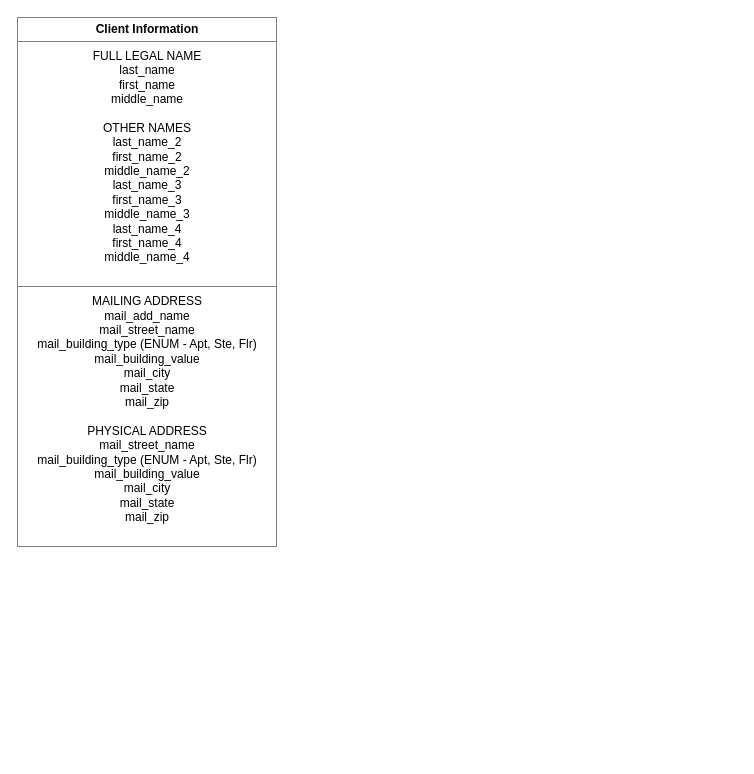
Nabeel-etx/law-draw-io keeps this draw.io diagram as page "Client Info Common" (6 of 7) of Architecture.drawio. Above is the earlier version. Source tidied: cells renumbered, new cells numbered last; positions are measured from the earlier drawing's top-left corner, leaving out a move shared by most shapes. Both pictures are drawn from the tidied source at 100%, with x=0, y=0 at pixel (17, 17).
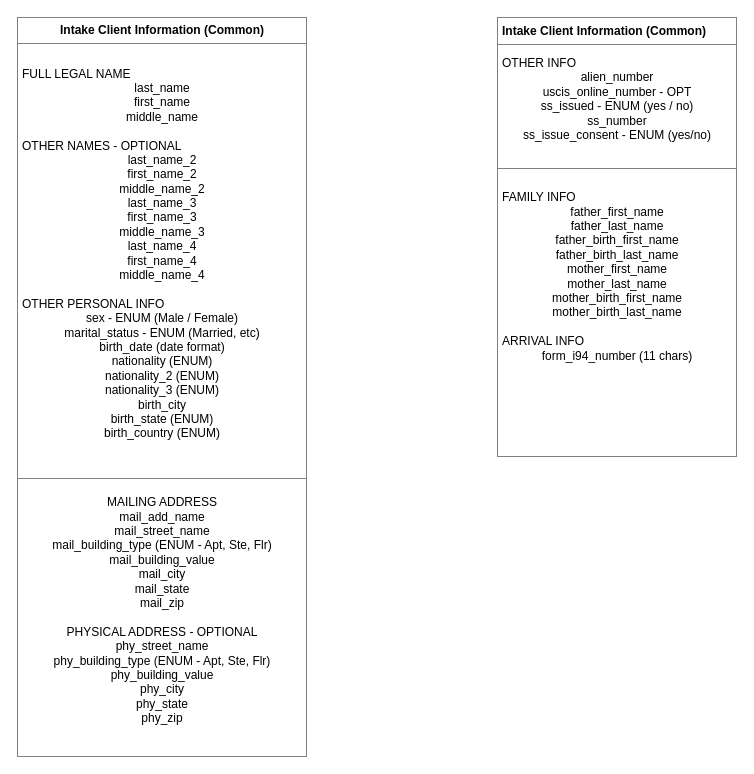
After the change.

Commit message:
client common info.drawio

What changed in the source:
```diff
@@
 <mxGraphModel>
   <root>
     <mxCell id="0" />
     <mxCell id="1" parent="0" />
-    <mxCell id="2" value="&lt;table border=&quot;1&quot; width=&quot;100%&quot; height=&quot;100%&quot; cellpadding=&quot;4&quot; style=&quot;width:100%;height:100%;border-collapse:collapse;&quot;&gt;&lt;tbody&gt;&lt;tr&gt;&lt;th align=&quot;center&quot;&gt;&lt;b&gt;Client Information&lt;/b&gt;&lt;/th&gt;&lt;/tr&gt;&lt;tr&gt;&lt;td&gt;&lt;div style=&quot;text-align: center;&quot;&gt;&lt;span style=&quot;background-color: transparent; color: light-dark(rgb(0, 0, 0), rgb(255, 255, 255));&quot;&gt;FULL LEGAL NAME&lt;/span&gt;&lt;/div&gt;&lt;div style=&quot;text-align: center;&quot;&gt;&lt;span style=&quot;background-color: transparent; color: light-dark(rgb(0, 0, 0), rgb(255, 255, 255));&quot;&gt;last_name&lt;/span&gt;&lt;/div&gt;&lt;div style=&quot;text-align: center;&quot;&gt;&lt;span style=&quot;background-color: transparent; color: light-dark(rgb(0, 0, 0), rgb(255, 255, 255));&quot;&gt;first_name&lt;/span&gt;&lt;/div&gt;&lt;div style=&quot;text-align: center;&quot;&gt;&lt;span style=&quot;background-color: transparent; color: light-dark(rgb(0, 0, 0), rgb(255, 255, 255));&quot;&gt;middle_name&lt;/span&gt;&lt;/div&gt;&lt;div style=&quot;text-align: center;&quot;&gt;&lt;br&gt;&lt;/div&gt;&lt;div style=&quot;text-align: center;&quot;&gt;&lt;span style=&quot;background-color: transparent; color: light-dark(rgb(0, 0, 0), rgb(255, 255, 255));&quot;&gt;OTHER NAMES&lt;/span&gt;&lt;/div&gt;&lt;div style=&quot;text-align: center;&quot;&gt;&lt;span style=&quot;background-color: transparent; color: light-dark(rgb(0, 0, 0), rgb(255, 255, 255));&quot;&gt;last_name_2&lt;/span&gt;&lt;/div&gt;&lt;div style=&quot;text-align: center;&quot;&gt;&lt;span style=&quot;background-color: transparent; color: light-dark(rgb(0, 0, 0), rgb(255, 255, 255));&quot;&gt;first_name_2&lt;/span&gt;&lt;/div&gt;&lt;div style=&quot;text-align: center;&quot;&gt;&lt;span style=&quot;background-color: transparent; color: light-dark(rgb(0, 0, 0), rgb(255, 255, 255));&quot;&gt;middle_name_2&lt;/span&gt;&lt;/div&gt;&lt;div style=&quot;text-align: center;&quot;&gt;&lt;span style=&quot;background-color: transparent; color: light-dark(rgb(0, 0, 0), rgb(255, 255, 255));&quot;&gt;last_name_3&lt;/span&gt;&lt;/div&gt;&lt;div style=&quot;text-align: center;&quot;&gt;&lt;span style=&quot;background-color: transparent; color: light-dark(rgb(0, 0, 0), rgb(255, 255, 255));&quot;&gt;first_name_3&lt;/span&gt;&lt;/div&gt;&lt;div style=&quot;text-align: center;&quot;&gt;&lt;span style=&quot;background-color: transparent; color: light-dark(rgb(0, 0, 0), rgb(255, 255, 255));&quot;&gt;middle_name_3&lt;/span&gt;&lt;/div&gt;&lt;div style=&quot;text-align: center;&quot;&gt;&lt;span style=&quot;background-color: transparent; color: light-dark(rgb(0, 0, 0), rgb(255, 255, 255));&quot;&gt;last_name_4&lt;/span&gt;&lt;/div&gt;&lt;div style=&quot;text-align: center;&quot;&gt;&lt;span style=&quot;background-color: transparent; color: light-dark(rgb(0, 0, 0), rgb(255, 255, 255));&quot;&gt;first_name_4&lt;/span&gt;&lt;/div&gt;&lt;div style=&quot;text-align: center;&quot;&gt;&lt;span style=&quot;background-color: transparent; color: light-dark(rgb(0, 0, 0), rgb(255, 255, 255));&quot;&gt;middle_name_4&lt;/span&gt;&lt;/div&gt;&lt;br&gt;&lt;/td&gt;&lt;/tr&gt;&lt;tr&gt;&lt;td align=&quot;center&quot;&gt;MAILING ADDRESS&lt;br&gt;mail_add_name&lt;br&gt;mail_street_name&lt;br&gt;mail_building_type (ENUM - Apt, Ste, Flr)&lt;br&gt;mail_building_value&lt;br&gt;mail_city&lt;br&gt;mail_state&lt;br&gt;mail_zip&lt;br&gt;&lt;br&gt;PHYSICAL ADDRESS&lt;br&gt;mail_street_name&lt;br&gt;mail_building_type (ENUM - Apt, Ste, Flr)&lt;br&gt;mail_building_value&lt;br&gt;mail_city&lt;br&gt;mail_state&lt;br&gt;mail_zip&lt;br&gt;&lt;br&gt;&lt;/td&gt;&lt;/tr&gt;&lt;/tbody&gt;&lt;/table&gt;" style="text;html=1;whiteSpace=wrap;strokeColor=none;fillColor=none;overflow=fill;" parent="1" vertex="1">
-      <mxGeometry width="260" height="530" as="geometry" />
+    <mxCell id="2" value="&lt;table border=&quot;1&quot; width=&quot;100%&quot; height=&quot;100%&quot; cellpadding=&quot;4&quot; style=&quot;width:100%;height:100%;border-collapse:collapse;&quot;&gt;&lt;tbody&gt;&lt;tr&gt;&lt;th align=&quot;center&quot;&gt;&lt;b&gt;Intake Client Information (Common)&lt;/b&gt;&lt;/th&gt;&lt;/tr&gt;&lt;tr&gt;&lt;td&gt;&lt;div style=&quot;&quot;&gt;&lt;span style=&quot;background-color: transparent; color: light-dark(rgb(0, 0, 0), rgb(255, 255, 255));&quot;&gt;FULL LEGAL NAME&lt;/span&gt;&lt;/div&gt;&lt;div style=&quot;text-align: center;&quot;&gt;&lt;span style=&quot;background-color: transparent; color: light-dark(rgb(0, 0, 0), rgb(255, 255, 255));&quot;&gt;last_name&lt;/span&gt;&lt;/div&gt;&lt;div style=&quot;text-align: center;&quot;&gt;&lt;span style=&quot;background-color: transparent; color: light-dark(rgb(0, 0, 0), rgb(255, 255, 255));&quot;&gt;first_name&lt;/span&gt;&lt;/div&gt;&lt;div style=&quot;text-align: center;&quot;&gt;&lt;span style=&quot;background-color: transparent; color: light-dark(rgb(0, 0, 0), rgb(255, 255, 255));&quot;&gt;middle_name&lt;/span&gt;&lt;/div&gt;&lt;div style=&quot;text-align: center;&quot;&gt;&lt;br&gt;&lt;/div&gt;&lt;div style=&quot;&quot;&gt;&lt;span style=&quot;background-color: transparent; color: light-dark(rgb(0, 0, 0), rgb(255, 255, 255));&quot;&gt;OTHER NAMES - OPTIONAL&lt;/span&gt;&lt;/div&gt;&lt;div style=&quot;text-align: center;&quot;&gt;&lt;span style=&quot;background-color: transparent; color: light-dark(rgb(0, 0, 0), rgb(255, 255, 255));&quot;&gt;last_name_2&lt;/span&gt;&lt;/div&gt;&lt;div style=&quot;text-align: center;&quot;&gt;&lt;span style=&quot;background-color: transparent; color: light-dark(rgb(0, 0, 0), rgb(255, 255, 255));&quot;&gt;first_name_2&lt;/span&gt;&lt;/div&gt;&lt;div style=&quot;text-align: center;&quot;&gt;&lt;span style=&quot;background-color: transparent; color: light-dark(rgb(0, 0, 0), rgb(255, 255, 255));&quot;&gt;middle_name_2&lt;/span&gt;&lt;/div&gt;&lt;div style=&quot;text-align: center;&quot;&gt;&lt;span style=&quot;background-color: transparent; color: light-dark(rgb(0, 0, 0), rgb(255, 255, 255));&quot;&gt;last_name_3&lt;/span&gt;&lt;/div&gt;&lt;div style=&quot;text-align: center;&quot;&gt;&lt;span style=&quot;background-color: transparent; color: light-dark(rgb(0, 0, 0), rgb(255, 255, 255));&quot;&gt;first_name_3&lt;/span&gt;&lt;/div&gt;&lt;div style=&quot;text-align: center;&quot;&gt;&lt;span style=&quot;background-color: transparent; color: light-dark(rgb(0, 0, 0), rgb(255, 255, 255));&quot;&gt;middle_name_3&lt;/span&gt;&lt;/div&gt;&lt;div style=&quot;text-align: center;&quot;&gt;&lt;span style=&quot;background-color: transparent; color: light-dark(rgb(0, 0, 0), rgb(255, 255, 255));&quot;&gt;last_name_4&lt;/span&gt;&lt;/div&gt;&lt;div style=&quot;text-align: center;&quot;&gt;&lt;span style=&quot;background-color: transparent; color: light-dark(rgb(0, 0, 0), rgb(255, 255, 255));&quot;&gt;first_name_4&lt;/span&gt;&lt;/div&gt;&lt;div style=&quot;text-align: center;&quot;&gt;&lt;span style=&quot;background-color: transparent; color: light-dark(rgb(0, 0, 0), rgb(255, 255, 255));&quot;&gt;middle_name_4&lt;/span&gt;&lt;/div&gt;&lt;div style=&quot;text-align: center;&quot;&gt;&lt;span style=&quot;background-color: transparent; color: light-dark(rgb(0, 0, 0), rgb(255, 255, 255));&quot;&gt;&lt;br&gt;&lt;/span&gt;&lt;/div&gt;&lt;div style=&quot;&quot;&gt;&lt;span style=&quot;background-color: transparent; color: light-dark(rgb(0, 0, 0), rgb(255, 255, 255));&quot;&gt;OTHER PERSONAL INFO&lt;/span&gt;&lt;/div&gt;&lt;div style=&quot;&quot;&gt;&lt;div style=&quot;text-align: center;&quot;&gt;sex - ENUM (Male / Female)&lt;/div&gt;&lt;div style=&quot;text-align: center;&quot;&gt;marital_status - ENUM (Married, etc)&lt;/div&gt;&lt;div style=&quot;text-align: center;&quot;&gt;birth_date (date format)&lt;/div&gt;&lt;div style=&quot;text-align: center;&quot;&gt;nationality (ENUM)&lt;/div&gt;&lt;div style=&quot;text-align: center;&quot;&gt;nationality_2 (ENUM)&lt;/div&gt;&lt;div style=&quot;text-align: center;&quot;&gt;nationality_3 (ENUM)&lt;/div&gt;&lt;div style=&quot;text-align: center;&quot;&gt;&lt;span style=&quot;background-color: transparent; color: light-dark(rgb(0, 0, 0), rgb(255, 255, 255));&quot;&gt;birth_city&lt;/span&gt;&lt;/div&gt;&lt;div style=&quot;text-align: center;&quot;&gt;birth_state (ENUM)&lt;/div&gt;&lt;div style=&quot;text-align: center;&quot;&gt;birth_country (ENUM)&lt;/div&gt;&lt;div style=&quot;text-align: center;&quot;&gt;&lt;br&gt;&lt;/div&gt;&lt;/div&gt;&lt;/td&gt;&lt;/tr&gt;&lt;tr&gt;&lt;td align=&quot;center&quot;&gt;MAILING ADDRESS&lt;br&gt;mail_add_name&lt;br&gt;mail_street_name&lt;br&gt;mail_building_type (ENUM - Apt, Ste, Flr)&lt;br&gt;mail_building_value&lt;br&gt;mail_city&lt;br&gt;mail_state&lt;br&gt;mail_zip&lt;br&gt;&lt;br&gt;PHYSICAL ADDRESS - OPTIONAL&lt;br&gt;phy_street_name&lt;br&gt;phy_building_type (ENUM - Apt, Ste, Flr)&lt;br&gt;phy_building_value&lt;br&gt;phy_city&lt;br&gt;phy_state&lt;br&gt;phy_zip&lt;br&gt;&lt;br&gt;&lt;/td&gt;&lt;/tr&gt;&lt;/tbody&gt;&lt;/table&gt;" style="text;html=1;whiteSpace=wrap;strokeColor=none;fillColor=none;overflow=fill;" parent="1" vertex="1">
+      <mxGeometry width="290" height="740" as="geometry" />
     </mxCell>
+    <mxCell id="3" value="&lt;table border=&quot;1&quot; width=&quot;100%&quot; height=&quot;100%&quot; cellpadding=&quot;4&quot; style=&quot;width:100%;height:100%;border-collapse:collapse;&quot;&gt;&lt;tbody&gt;&lt;tr&gt;&lt;th&gt;&lt;b&gt;Intake Client Information (Common)&lt;/b&gt;&lt;/th&gt;&lt;/tr&gt;&lt;tr&gt;&lt;td&gt;&lt;div style=&quot;&quot;&gt;OTHER INFO&lt;/div&gt;&lt;div style=&quot;text-align: center;&quot;&gt;alien_number&lt;/div&gt;&lt;div style=&quot;text-align: center;&quot;&gt;uscis_online_number - OPT&lt;/div&gt;&lt;div style=&quot;text-align: center;&quot;&gt;&lt;span style=&quot;background-color: transparent; color: light-dark(rgb(0, 0, 0), rgb(255, 255, 255));&quot;&gt;ss_issued - ENUM (yes / no)&lt;/span&gt;&lt;/div&gt;&lt;div style=&quot;text-align: center;&quot;&gt;&lt;span style=&quot;background-color: transparent; color: light-dark(rgb(0, 0, 0), rgb(255, 255, 255));&quot;&gt;ss_number&lt;/span&gt;&lt;/div&gt;&lt;div style=&quot;text-align: center;&quot;&gt;&lt;span style=&quot;background-color: transparent; color: light-dark(rgb(0, 0, 0), rgb(255, 255, 255));&quot;&gt;ss_issue_consent - ENUM (yes/no)&lt;/span&gt;&lt;/div&gt;&lt;br&gt;&lt;/td&gt;&lt;/tr&gt;&lt;tr&gt;&lt;td&gt;&lt;div style=&quot;&quot;&gt;&lt;span style=&quot;background-color: transparent; color: light-dark(rgb(0, 0, 0), rgb(255, 255, 255));&quot;&gt;FAMILY INFO&lt;/span&gt;&lt;/div&gt;&lt;div style=&quot;text-align: center;&quot;&gt;&lt;span style=&quot;background-color: transparent; color: light-dark(rgb(0, 0, 0), rgb(255, 255, 255));&quot;&gt;father_first_name&lt;/span&gt;&lt;/div&gt;&lt;div style=&quot;text-align: center;&quot;&gt;&lt;span style=&quot;background-color: transparent; color: light-dark(rgb(0, 0, 0), rgb(255, 255, 255));&quot;&gt;father_last_name&lt;/span&gt;&lt;/div&gt;&lt;div style=&quot;text-align: center;&quot;&gt;&lt;span style=&quot;background-color: transparent; color: light-dark(rgb(0, 0, 0), rgb(255, 255, 255));&quot;&gt;father_birth_first_name&lt;/span&gt;&lt;/div&gt;&lt;div style=&quot;text-align: center;&quot;&gt;&lt;span style=&quot;background-color: transparent; color: light-dark(rgb(0, 0, 0), rgb(255, 255, 255));&quot;&gt;father_birth_last_name&lt;/span&gt;&lt;/div&gt;&lt;div style=&quot;text-align: center;&quot;&gt;&lt;span style=&quot;background-color: transparent; color: light-dark(rgb(0, 0, 0), rgb(255, 255, 255));&quot;&gt;mother_first_name&lt;/span&gt;&lt;/div&gt;&lt;div style=&quot;text-align: center;&quot;&gt;&lt;span style=&quot;background-color: transparent; color: light-dark(rgb(0, 0, 0), rgb(255, 255, 255));&quot;&gt;mother_last_name&lt;/span&gt;&lt;/div&gt;&lt;div style=&quot;text-align: center;&quot;&gt;mother_birth_first_name&lt;/div&gt;&lt;div style=&quot;text-align: center;&quot;&gt;mother_birth_last_name&lt;/div&gt;&lt;div style=&quot;text-align: center;&quot;&gt;&lt;br&gt;&lt;/div&gt;&lt;div style=&quot;&quot;&gt;ARRIVAL INFO&lt;/div&gt;&lt;div style=&quot;text-align: center;&quot;&gt;form_i94_number (11 chars)&lt;/div&gt;&lt;div style=&quot;text-align: center;&quot;&gt;&lt;br&gt;&lt;/div&gt;&lt;div style=&quot;&quot;&gt;&lt;span style=&quot;background-color: transparent; color: light-dark(rgb(0, 0, 0), rgb(255, 255, 255));&quot;&gt;&lt;br&gt;&lt;/span&gt;&lt;/div&gt;&lt;div style=&quot;&quot;&gt;&lt;span style=&quot;background-color: transparent; color: light-dark(rgb(0, 0, 0), rgb(255, 255, 255));&quot;&gt;&lt;br&gt;&lt;/span&gt;&lt;/div&gt;&lt;div style=&quot;&quot;&gt;&lt;span style=&quot;background-color: transparent; color: light-dark(rgb(0, 0, 0), rgb(255, 255, 255));&quot;&gt;&lt;br&gt;&lt;/span&gt;&lt;/div&gt;&lt;br&gt;&lt;/td&gt;&lt;/tr&gt;&lt;/tbody&gt;&lt;/table&gt;" style="text;html=1;whiteSpace=wrap;strokeColor=none;fillColor=none;overflow=fill;align=left;" parent="1" vertex="1">
+      <mxGeometry x="480" width="240" height="440" as="geometry" />
+    </mxCell>
   </root>
 </mxGraphModel>
```
